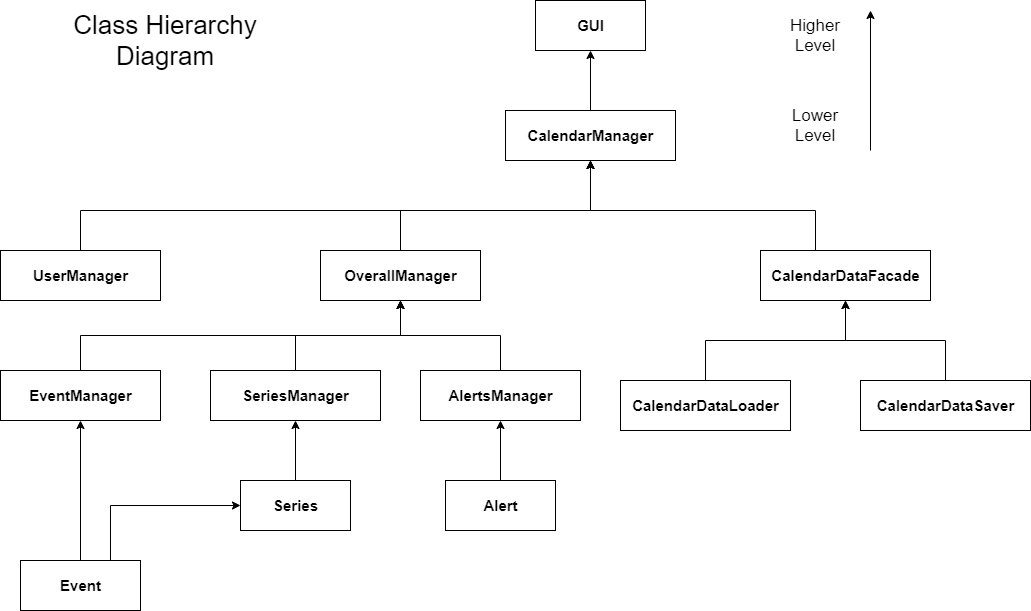
Before: ProjectExtras/group0223_hierarchy.png, a diagram exported from draw.io (szge/group_0223_final). Source tidied: cells renumbered, new cells last; positions are measured from the earlier drawing's top-left corner, leaving out a move shared by most shapes.
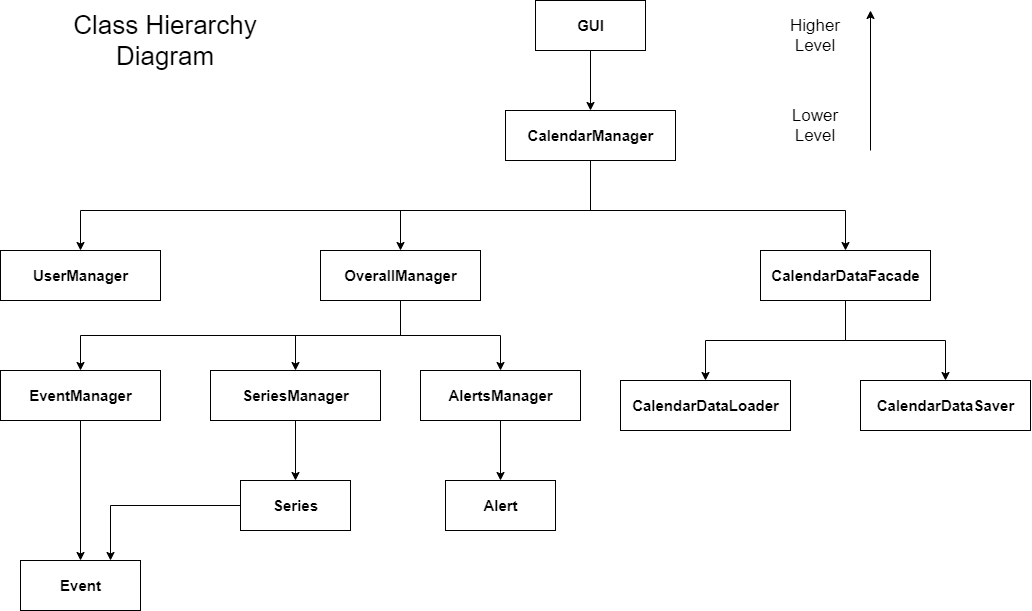
After the commit.

Commit message:
Made changes to project hierarchy diagram

Diff of the diagram source:
```diff
@@ -5,13 +5,13 @@
     <mxCell id="2" value="GUI" style="html=1;fontStyle=1;fontSize=15;" parent="1" vertex="1">
       <mxGeometry x="535" width="110" height="50" as="geometry" />
     </mxCell>
-    <mxCell id="3" style="edgeStyle=orthogonalEdgeStyle;rounded=0;jettySize=auto;html=1;exitX=0.5;exitY=0;exitDx=0;exitDy=0;entryX=0.5;entryY=1;entryDx=0;entryDy=0;fontStyle=1;fontSize=15;" parent="1" edge="1" source="4" target="2">
+    <mxCell id="3" style="edgeStyle=orthogonalEdgeStyle;rounded=0;jettySize=auto;html=1;exitX=0.5;exitY=0;exitDx=0;exitDy=0;entryX=0.5;entryY=1;entryDx=0;entryDy=0;fontStyle=1;fontSize=15;endArrow=none;endFill=0;startArrow=classic;startFill=1;" parent="1" edge="1" source="4" target="2">
       <mxGeometry relative="1" as="geometry" />
     </mxCell>
     <mxCell id="4" value="CalendarManager" style="html=1;fontStyle=1;fontSize=15;" parent="1" vertex="1">
       <mxGeometry x="505" y="110" width="170" height="50" as="geometry" />
     </mxCell>
-    <mxCell id="5" style="edgeStyle=orthogonalEdgeStyle;rounded=0;jettySize=auto;html=1;exitX=0.5;exitY=0;exitDx=0;exitDy=0;entryX=0.5;entryY=1;entryDx=0;entryDy=0;fontStyle=1;fontSize=15;" parent="1" edge="1" source="6" target="4">
+    <mxCell id="5" style="edgeStyle=orthogonalEdgeStyle;rounded=0;jettySize=auto;html=1;exitX=0.5;exitY=0;exitDx=0;exitDy=0;entryX=0.5;entryY=1;entryDx=0;entryDy=0;fontStyle=1;fontSize=15;startArrow=classic;startFill=1;endArrow=none;endFill=0;" parent="1" edge="1" source="6" target="4">
       <mxGeometry relative="1" as="geometry">
         <Array as="points">
           <mxPoint x="80" y="210" />
@@ -22,7 +22,7 @@
     <mxCell id="6" value="UserManager" style="html=1;fontStyle=1;fontSize=15;" parent="1" vertex="1">
       <mxGeometry y="250" width="160" height="50" as="geometry" />
     </mxCell>
-    <mxCell id="7" style="edgeStyle=orthogonalEdgeStyle;rounded=0;jettySize=auto;html=1;exitX=0.5;exitY=0;exitDx=0;exitDy=0;entryX=0.5;entryY=1;entryDx=0;entryDy=0;fontSize=15;" parent="1" edge="1" source="8" target="4">
+    <mxCell id="7" style="edgeStyle=orthogonalEdgeStyle;rounded=0;jettySize=auto;html=1;exitX=0.5;exitY=0;exitDx=0;exitDy=0;entryX=0.5;entryY=1;entryDx=0;entryDy=0;fontSize=15;startArrow=classic;startFill=1;endArrow=none;endFill=0;" parent="1" edge="1" source="8" target="4">
       <mxGeometry relative="1" as="geometry">
         <Array as="points">
           <mxPoint x="400" y="210" />
@@ -33,28 +33,28 @@
     <mxCell id="8" value="OverallManager" style="html=1;fontStyle=1;fontSize=15;" parent="1" vertex="1">
       <mxGeometry x="320" y="250" width="160" height="50" as="geometry" />
     </mxCell>
-    <mxCell id="9" style="edgeStyle=orthogonalEdgeStyle;rounded=0;jettySize=auto;html=1;exitX=0.5;exitY=0;exitDx=0;exitDy=0;entryX=0.5;entryY=1;entryDx=0;entryDy=0;fontStyle=1;fontSize=15;" parent="1" edge="1" source="10" target="8">
+    <mxCell id="9" style="edgeStyle=orthogonalEdgeStyle;rounded=0;jettySize=auto;html=1;exitX=0.5;exitY=0;exitDx=0;exitDy=0;entryX=0.5;entryY=1;entryDx=0;entryDy=0;fontStyle=1;fontSize=15;startArrow=classic;startFill=1;endArrow=none;endFill=0;" parent="1" edge="1" source="10" target="8">
       <mxGeometry relative="1" as="geometry" />
     </mxCell>
     <mxCell id="10" value="EventManager" style="html=1;fontStyle=1;fontSize=15;" parent="1" vertex="1">
       <mxGeometry y="370" width="160" height="50" as="geometry" />
     </mxCell>
-    <mxCell id="11" style="edgeStyle=orthogonalEdgeStyle;rounded=0;jettySize=auto;html=1;exitX=0.5;exitY=0;exitDx=0;exitDy=0;entryX=0.5;entryY=1;entryDx=0;entryDy=0;fontStyle=1;fontSize=15;" parent="1" edge="1" source="12" target="8">
+    <mxCell id="11" style="edgeStyle=orthogonalEdgeStyle;rounded=0;jettySize=auto;html=1;exitX=0.5;exitY=0;exitDx=0;exitDy=0;entryX=0.5;entryY=1;entryDx=0;entryDy=0;fontStyle=1;fontSize=15;startArrow=classic;startFill=1;endArrow=none;endFill=0;" parent="1" edge="1" source="12" target="8">
       <mxGeometry relative="1" as="geometry" />
     </mxCell>
     <mxCell id="12" value="SeriesManager" style="html=1;fontStyle=1;fontSize=15;" parent="1" vertex="1">
       <mxGeometry x="210" y="370" width="170" height="50" as="geometry" />
     </mxCell>
-    <mxCell id="13" style="edgeStyle=orthogonalEdgeStyle;rounded=0;jettySize=auto;html=1;exitX=0.5;exitY=0;exitDx=0;exitDy=0;entryX=0.5;entryY=1;entryDx=0;entryDy=0;fontStyle=1;fontSize=15;" parent="1" edge="1" source="14" target="8">
+    <mxCell id="13" style="edgeStyle=orthogonalEdgeStyle;rounded=0;jettySize=auto;html=1;exitX=0.5;exitY=0;exitDx=0;exitDy=0;entryX=0.5;entryY=1;entryDx=0;entryDy=0;fontStyle=1;fontSize=15;startArrow=classic;startFill=1;endArrow=none;endFill=0;" parent="1" edge="1" source="14" target="8">
       <mxGeometry relative="1" as="geometry" />
     </mxCell>
     <mxCell id="14" value="AlertsManager" style="html=1;fontStyle=1;fontSize=15;" parent="1" vertex="1">
       <mxGeometry x="420" y="370" width="160" height="50" as="geometry" />
     </mxCell>
-    <mxCell id="15" style="edgeStyle=orthogonalEdgeStyle;rounded=0;jettySize=auto;html=1;exitX=0.5;exitY=0;exitDx=0;exitDy=0;entryX=0.5;entryY=1;entryDx=0;entryDy=0;fontStyle=1;fontSize=15;" parent="1" edge="1" source="16" target="4">
+    <mxCell id="15" style="edgeStyle=orthogonalEdgeStyle;rounded=0;jettySize=auto;html=1;exitX=0.5;exitY=0;exitDx=0;exitDy=0;entryX=0.5;entryY=1;entryDx=0;entryDy=0;fontStyle=1;fontSize=15;startArrow=classic;startFill=1;endArrow=none;endFill=0;" parent="1" edge="1" source="16" target="4">
       <mxGeometry relative="1" as="geometry">
         <Array as="points">
-          <mxPoint x="815" y="210" />
+          <mxPoint x="845" y="210" />
           <mxPoint x="590" y="210" />
         </Array>
       </mxGeometry>
@@ -62,34 +62,34 @@
     <mxCell id="16" value="CalendarDataFacade" style="html=1;fontStyle=1;fontSize=15;" parent="1" vertex="1">
       <mxGeometry x="760" y="250" width="170" height="50" as="geometry" />
     </mxCell>
-    <mxCell id="17" style="edgeStyle=orthogonalEdgeStyle;rounded=0;jettySize=auto;html=1;exitX=0.5;exitY=0;exitDx=0;exitDy=0;entryX=0.5;entryY=1;entryDx=0;entryDy=0;fontStyle=1;fontSize=15;" parent="1" edge="1" source="18" target="16">
+    <mxCell id="17" style="edgeStyle=orthogonalEdgeStyle;rounded=0;jettySize=auto;html=1;exitX=0.5;exitY=0;exitDx=0;exitDy=0;entryX=0.5;entryY=1;entryDx=0;entryDy=0;fontStyle=1;fontSize=15;startArrow=classic;startFill=1;endArrow=none;endFill=0;" parent="1" edge="1" source="18" target="16">
       <mxGeometry relative="1" as="geometry" />
     </mxCell>
     <mxCell id="18" value="CalendarDataLoader" style="html=1;fontStyle=1;fontSize=15;" parent="1" vertex="1">
       <mxGeometry x="620" y="380" width="170" height="50" as="geometry" />
     </mxCell>
-    <mxCell id="19" style="edgeStyle=orthogonalEdgeStyle;rounded=0;jettySize=auto;html=1;exitX=0.5;exitY=0;exitDx=0;exitDy=0;entryX=0.5;entryY=1;entryDx=0;entryDy=0;fontStyle=1;fontSize=15;" parent="1" edge="1" source="20" target="16">
+    <mxCell id="19" style="edgeStyle=orthogonalEdgeStyle;rounded=0;jettySize=auto;html=1;exitX=0.5;exitY=0;exitDx=0;exitDy=0;entryX=0.5;entryY=1;entryDx=0;entryDy=0;fontStyle=1;fontSize=15;startArrow=classic;startFill=1;endArrow=none;endFill=0;" parent="1" edge="1" source="20" target="16">
       <mxGeometry relative="1" as="geometry" />
     </mxCell>
     <mxCell id="20" value="CalendarDataSaver" style="html=1;fontStyle=1;fontSize=15;" parent="1" vertex="1">
       <mxGeometry x="860" y="380" width="170" height="50" as="geometry" />
     </mxCell>
-    <mxCell id="21" style="edgeStyle=orthogonalEdgeStyle;rounded=0;jettySize=auto;html=1;exitX=0.75;exitY=0;exitDx=0;exitDy=0;entryX=0;entryY=0.5;entryDx=0;entryDy=0;fontStyle=1;fontSize=15;" parent="1" edge="1" source="23" target="25">
+    <mxCell id="21" style="edgeStyle=orthogonalEdgeStyle;rounded=0;jettySize=auto;html=1;exitX=0.75;exitY=0;exitDx=0;exitDy=0;entryX=0;entryY=0.5;entryDx=0;entryDy=0;fontStyle=1;fontSize=15;startArrow=classic;startFill=1;endArrow=none;endFill=0;" parent="1" edge="1" source="23" target="25">
       <mxGeometry relative="1" as="geometry" />
     </mxCell>
-    <mxCell id="22" style="edgeStyle=orthogonalEdgeStyle;rounded=0;jettySize=auto;html=1;exitX=0.5;exitY=0;exitDx=0;exitDy=0;entryX=0.5;entryY=1;entryDx=0;entryDy=0;fontSize=15;" parent="1" edge="1" source="23" target="10">
+    <mxCell id="22" style="edgeStyle=orthogonalEdgeStyle;rounded=0;jettySize=auto;html=1;exitX=0.5;exitY=0;exitDx=0;exitDy=0;entryX=0.5;entryY=1;entryDx=0;entryDy=0;fontSize=15;startArrow=classic;startFill=1;endArrow=none;endFill=0;" parent="1" edge="1" source="23" target="10">
       <mxGeometry relative="1" as="geometry" />
     </mxCell>
     <mxCell id="23" value="Event" style="html=1;fontStyle=1;fontSize=15;" parent="1" vertex="1">
       <mxGeometry x="20" y="560" width="120" height="50" as="geometry" />
     </mxCell>
-    <mxCell id="24" style="edgeStyle=orthogonalEdgeStyle;rounded=0;jettySize=auto;html=1;exitX=0.5;exitY=0;exitDx=0;exitDy=0;entryX=0.5;entryY=1;entryDx=0;entryDy=0;fontStyle=1;fontSize=15;" parent="1" edge="1" source="25" target="12">
+    <mxCell id="24" style="edgeStyle=orthogonalEdgeStyle;rounded=0;jettySize=auto;html=1;exitX=0.5;exitY=0;exitDx=0;exitDy=0;entryX=0.5;entryY=1;entryDx=0;entryDy=0;fontStyle=1;fontSize=15;startArrow=classic;startFill=1;endArrow=none;endFill=0;" parent="1" edge="1" source="25" target="12">
       <mxGeometry relative="1" as="geometry" />
     </mxCell>
     <mxCell id="25" value="Series" style="html=1;fontStyle=1;fontSize=15;" parent="1" vertex="1">
       <mxGeometry x="240" y="480" width="110" height="50" as="geometry" />
     </mxCell>
-    <mxCell id="26" style="edgeStyle=orthogonalEdgeStyle;rounded=0;jettySize=auto;html=1;exitX=0.5;exitY=0;exitDx=0;exitDy=0;entryX=0.5;entryY=1;entryDx=0;entryDy=0;fontSize=15;" parent="1" edge="1" source="27" target="14">
+    <mxCell id="26" style="edgeStyle=orthogonalEdgeStyle;rounded=0;jettySize=auto;html=1;exitX=0.5;exitY=0;exitDx=0;exitDy=0;entryX=0.5;entryY=1;entryDx=0;entryDy=0;fontSize=15;startArrow=classic;startFill=1;endArrow=none;endFill=0;" parent="1" edge="1" source="27" target="14">
       <mxGeometry relative="1" as="geometry" />
     </mxCell>
     <mxCell id="27" value="Alert" style="html=1;fontStyle=1;fontSize=15;" parent="1" vertex="1">
```
